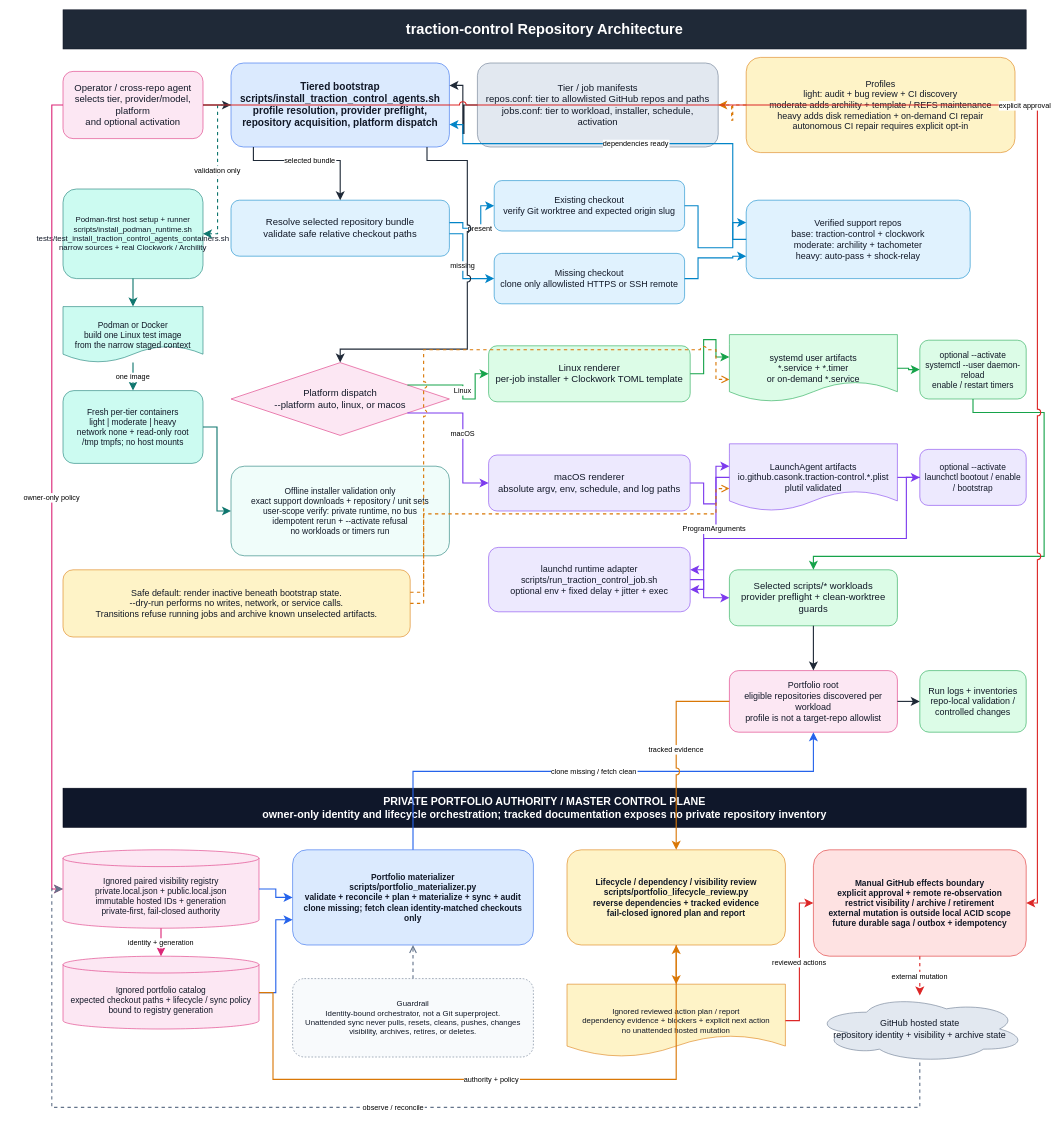
Earlier version of the draw.io diagram docs/diagrams/repo-architecture.drawio (casonk/traction-control). Source tidied: cells renumbered, new cells numbered last; positions are measured from the earlier drawing's top-left corner, leaving out a move shared by most shapes. Both pictures are drawn from the tidied source at 56%, with x=0, y=0 at pixel (52, 10).
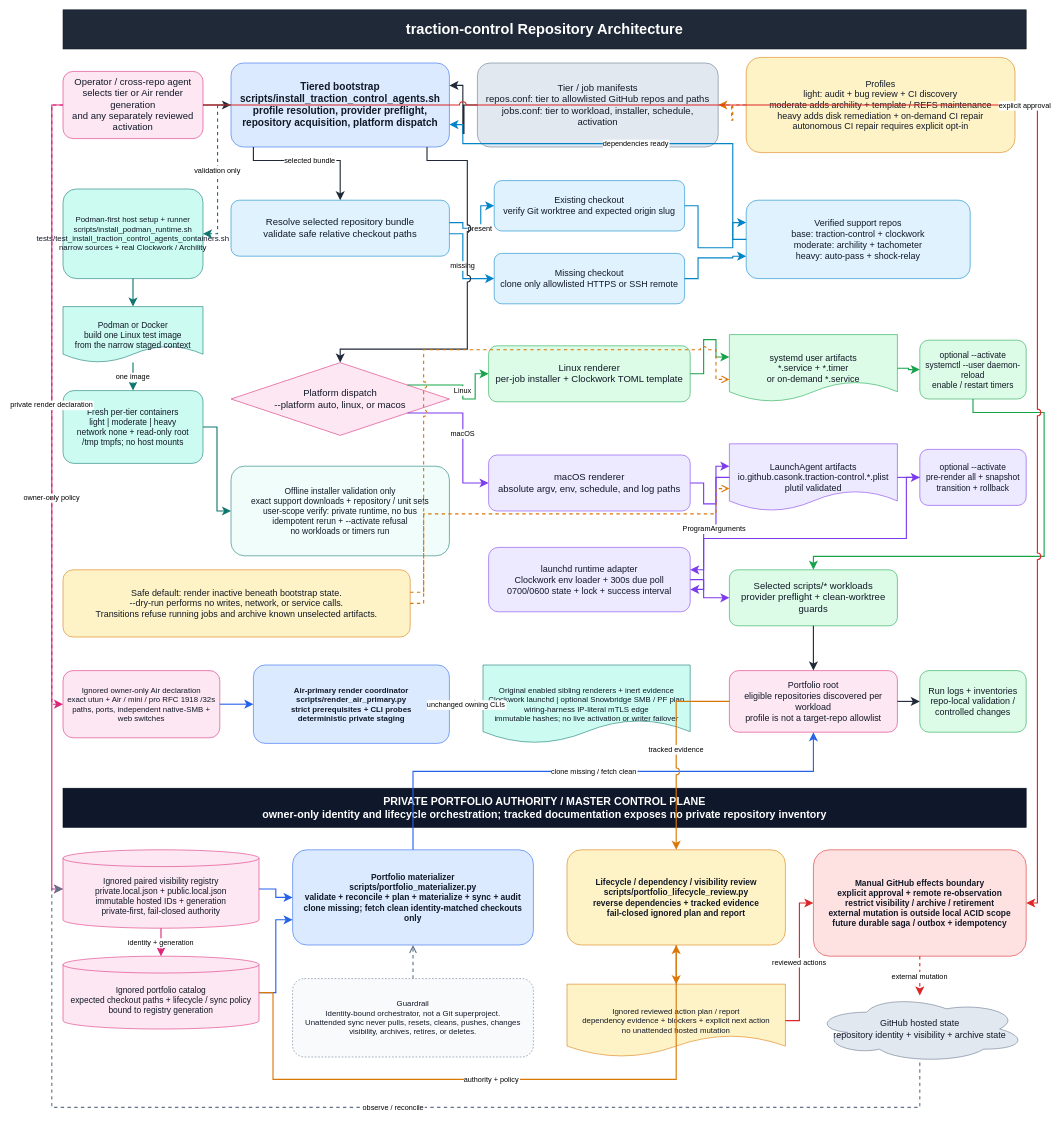
The same page after the edit.

The edit, as a diff of the source:
```diff
@@
-    <mxCell id="3" value="Operator / cross-repo agent&#10;selects tier, provider/model, platform&#10;and optional activation" style="rounded=1;whiteSpace=wrap;html=0;fillColor=#FCE7F3;strokeColor=#DB2777;fontColor=#111827;fontSize=17;align=center;verticalAlign=middle;spacing=8;" parent="1" vertex="1">
+    <mxCell id="3" value="Operator / cross-repo agent&#10;selects tier or Air render generation&#10;and any separately reviewed activation" style="rounded=1;whiteSpace=wrap;html=0;fillColor=#FCE7F3;strokeColor=#DB2777;fontColor=#111827;fontSize=17;align=center;verticalAlign=middle;spacing=8;" parent="1" vertex="1">
       <mxGeometry x="20" y="110" width="250" height="120" as="geometry" />
     </mxCell>
@@
-    <mxCell id="17" value="optional --activate&#10;launchctl bootout / enable / bootstrap" style="rounded=1;whiteSpace=wrap;html=0;fillColor=#EDE9FE;strokeColor=#7C3AED;fontColor=#111827;fontSize=15;align=center;verticalAlign=middle;spacing=8;" parent="1" vertex="1">
+    <mxCell id="17" value="optional --activate&#10;pre-render all + snapshot&#10;transition + rollback" style="rounded=1;whiteSpace=wrap;html=0;fillColor=#EDE9FE;strokeColor=#7C3AED;fontColor=#111827;fontSize=15;align=center;verticalAlign=middle;spacing=8;" parent="1" vertex="1">
       <mxGeometry x="1550" y="785" width="190" height="100" as="geometry" />
     </mxCell>
-    <mxCell id="18" value="launchd runtime adapter&#10;scripts/run_traction_control_job.sh&#10;optional env + fixed delay + jitter + exec" style="rounded=1;whiteSpace=wrap;html=0;fillColor=#EDE9FE;strokeColor=#7C3AED;fontColor=#111827;fontSize=16;align=center;verticalAlign=middle;spacing=8;" parent="1" vertex="1">
+    <mxCell id="18" value="launchd runtime adapter&#10;Clockwork env loader + 300s due poll&#10;0700/0600 state + lock + success interval" style="rounded=1;whiteSpace=wrap;html=0;fillColor=#EDE9FE;strokeColor=#7C3AED;fontColor=#111827;fontSize=16;align=center;verticalAlign=middle;spacing=8;" parent="1" vertex="1">
       <mxGeometry x="780" y="960" width="360" height="115" as="geometry" />
     </mxCell>
@@
+    <mxCell id="77" value="Ignored owner-only Air declaration&#10;exact utun + Air / mini / pro RFC 1918 /32s&#10;paths, ports, independent native-SMB + web switches" style="rounded=1;whiteSpace=wrap;html=0;overflow=hidden;fillColor=#FCE7F3;strokeColor=#DB2777;fontColor=#111827;fontSize=14;align=center;verticalAlign=middle;spacing=8;" parent="1" vertex="1">
+      <mxGeometry x="20" y="1180" width="280" height="120" as="geometry" />
+    </mxCell>
+    <mxCell id="78" value="Air-primary render coordinator&#10;scripts/render_air_primary.py&#10;strict prerequisites + CLI probes&#10;deterministic private staging" style="rounded=1;whiteSpace=wrap;html=0;overflow=hidden;fillColor=#DBEAFE;strokeColor=#2563EB;fontColor=#111827;fontSize=14;fontStyle=1;align=center;verticalAlign=middle;spacing=8;" parent="1" vertex="1">
+      <mxGeometry x="360" y="1170" width="350" height="140" as="geometry" />
+    </mxCell>
+    <mxCell id="79" value="Original enabled sibling renderers + inert evidence&#10;Clockwork launchd | optional Snowbridge SMB / PF plan&#10;wiring-harness IP-literal mTLS edge&#10;immutable hashes; no live activation or writer failover" style="shape=document;whiteSpace=wrap;html=0;overflow=hidden;fillColor=#CCFBF1;strokeColor=#0F766E;fontColor=#111827;fontSize=14;align=center;verticalAlign=middle;spacing=8;" parent="1" vertex="1">
+      <mxGeometry x="770" y="1170" width="370" height="140" as="geometry" />
+    </mxCell>
@@
+    <mxCell id="80" value="private render declaration" style="rounded=0;html=0;strokeColor=#DB2777;edgeStyle=orthogonalEdgeStyle;jettySize=12;endArrow=classic;endFill=1;endSize=10;strokeWidth=2;fontSize=13;dashed=1;jumpStyle=arc;jumpSize=10;" parent="1" edge="1" source="3" target="77">
+      <mxGeometry relative="1" as="geometry">
+        <Array as="points">
+          <mxPoint y="170" />
+          <mxPoint y="1240" />
+        </Array>
+      </mxGeometry>
+    </mxCell>
+    <mxCell id="81" style="rounded=0;html=0;strokeColor=#2563EB;edgeStyle=orthogonalEdgeStyle;jettySize=12;endArrow=classic;endFill=1;endSize=10;strokeWidth=2;jumpStyle=arc;jumpSize=10;" parent="1" edge="1" source="77" target="78">
+      <mxGeometry relative="1" as="geometry" />
+    </mxCell>
+    <mxCell id="82" value="unchanged owning CLIs" style="rounded=0;html=0;strokeColor=#0F766E;edgeStyle=orthogonalEdgeStyle;jettySize=12;endArrow=classic;endFill=1;endSize=10;strokeWidth=2;fontSize=13;jumpStyle=arc;jumpSize=10;" parent="1" edge="1" source="78" target="79">
+      <mxGeometry relative="1" as="geometry" />
+    </mxCell>
```
